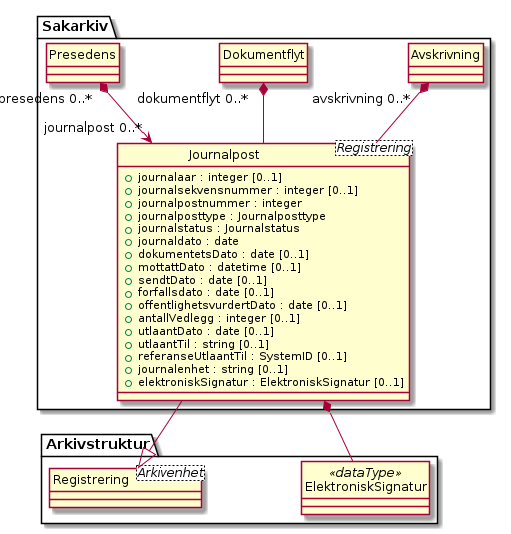
This is kapitler/media/uml-class-journalpost.png from arkivverket/noark5-tjenestegrensesnitt-standard, a PlantUML export, as it was before one commit. Source of this version:
```plantuml
@startuml
skinparam nodesep 100
hide circle
class Sakarkiv.Journalpost <Registrering> {
  +journalaar : integer [0..1]
  +journalsekvensnummer : integer [0..1]
  +journalpostnummer : integer
  +journalposttype : Journalposttype
  +journalstatus : Journalstatus
  +journaldato : date
  +dokumentetsDato : date [0..1]
  +mottattDato : datetime [0..1]
  +sendtDato : date [0..1]
  +forfallsdato : date [0..1]
  +offentlighetsvurdertDato : date [0..1]
  +antallVedlegg : integer [0..1]
  +utlaantDato : date [0..1]
  +utlaantTil : string [0..1]
  +referanseUtlaantTil : SystemID [0..1]
  +journalenhet : string [0..1]
  +elektroniskSignatur : ElektroniskSignatur [0..1]
}
class Sakarkiv.Avskrivning {
}
Sakarkiv.Avskrivning "avskrivning 0..*" *-- Sakarkiv.Journalpost
class Sakarkiv.Dokumentflyt {
}
Sakarkiv.Dokumentflyt "dokumentflyt 0..*" *-- Sakarkiv.Journalpost
class Arkivstruktur.ElektroniskSignatur <<dataType>> {
}
Sakarkiv.Journalpost *-- Arkivstruktur.ElektroniskSignatur
class Sakarkiv.Presedens {
}
Sakarkiv.Presedens "presedens 0..*" *--> "journalpost 0..*" Sakarkiv.Journalpost
class Arkivstruktur.Registrering <Arkivenhet> {
}
Arkivstruktur.Registrering <|-- Sakarkiv.Journalpost
@enduml
```
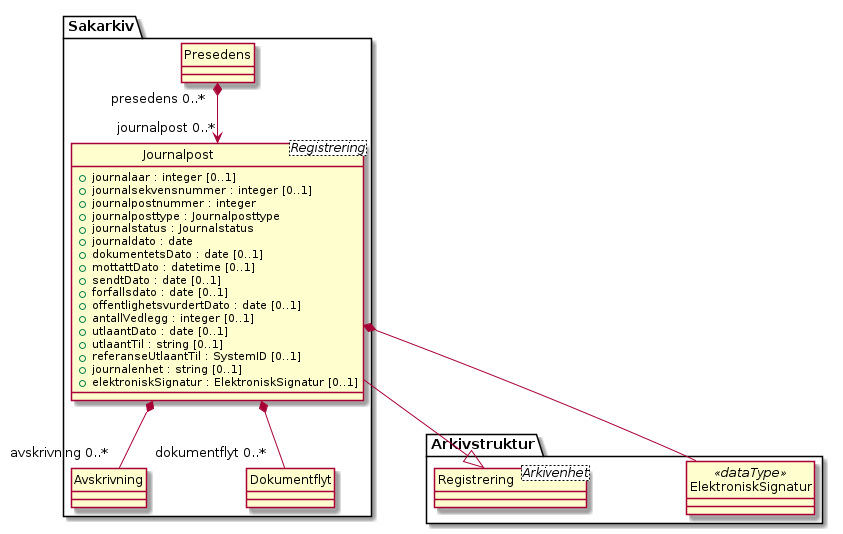
The same diagram one commit later.

What changed in the source:
```diff
@@ -22,10 +22,10 @@
 }
 class Sakarkiv.Avskrivning {
 }
-Sakarkiv.Avskrivning "avskrivning 0..*" *-- Sakarkiv.Journalpost
+Sakarkiv.Journalpost *-- "avskrivning 0..*" Sakarkiv.Avskrivning
 class Sakarkiv.Dokumentflyt {
 }
-Sakarkiv.Dokumentflyt "dokumentflyt 0..*" *-- Sakarkiv.Journalpost
+Sakarkiv.Journalpost *-- "dokumentflyt 0..*" Sakarkiv.Dokumentflyt
 class Arkivstruktur.ElektroniskSignatur <<dataType>> {
 }
 Sakarkiv.Journalpost *-- Arkivstruktur.ElektroniskSignatur
```
